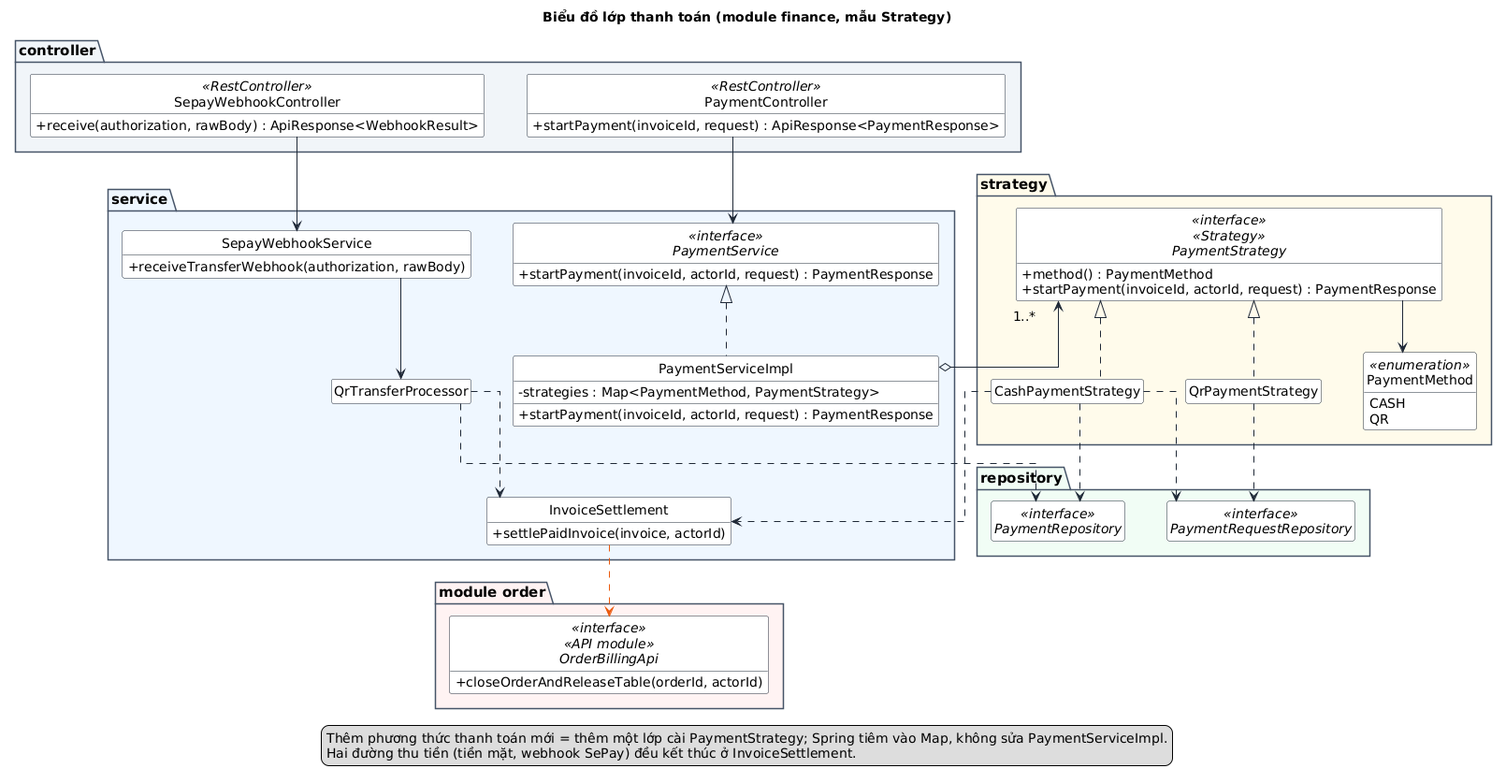
The PlantUML diagram docs/bao-cao-ltnc/uml/class-thanh-toan.png in Anpham120/restaurant-management-system, before a commit.
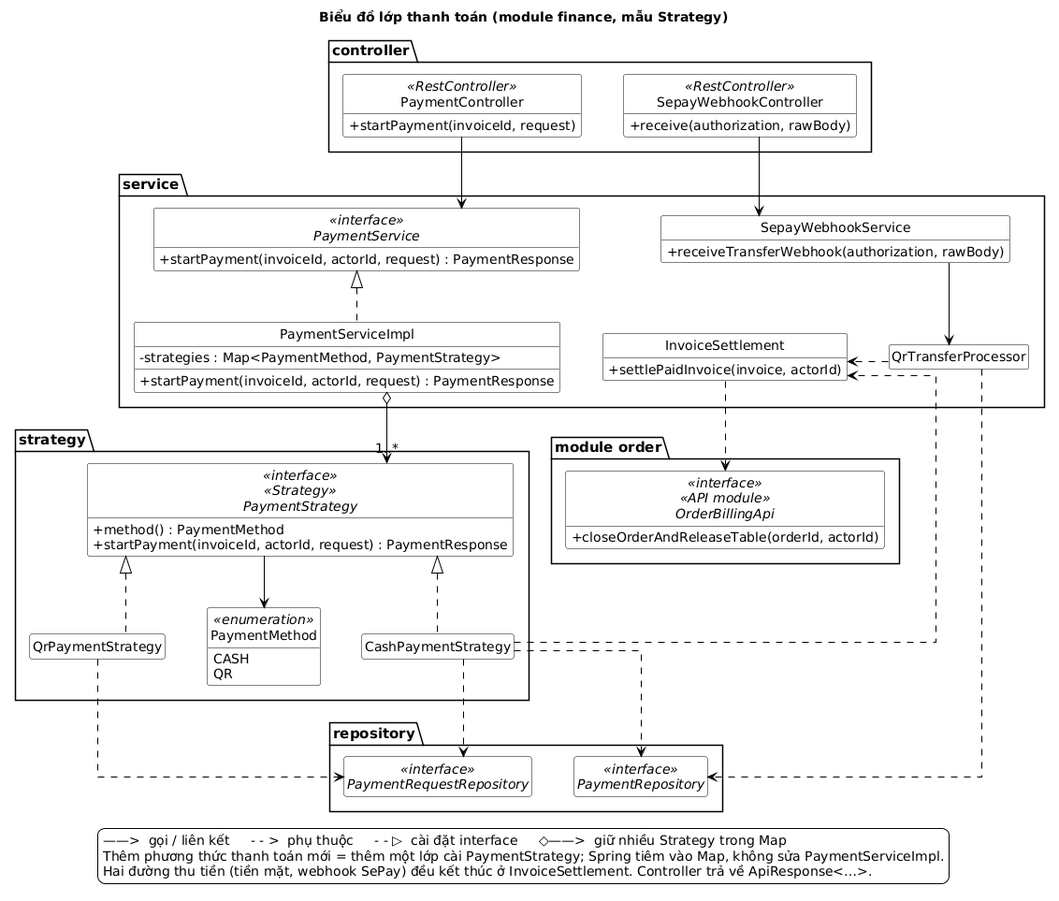
The same diagram one commit later.

Diff of the diagram source:
```diff
@@ -8,20 +8,29 @@
 skinparam ranksep 55
 skinparam defaultFontSize 14
 skinparam package {
-  BorderColor #475569
+  BorderColor #000000
+  BackgroundColor #FFFFFF
   FontStyle bold
   FontSize 15
 }
+skinparam legend {
+  BackgroundColor #FFFFFF
+  BorderColor #000000
+}
+skinparam ArrowColor #000000
+skinparam class {
+  BorderColor #000000
+}
 
-package "controller" #F1F5F9 {
+package "controller" {
   class PaymentController <<RestController>> {
-    + startPayment(invoiceId, request) : ApiResponse<PaymentResponse>
+    + startPayment(invoiceId, request)
   }
   class SepayWebhookController <<RestController>> {
-    + receive(authorization, rawBody) : ApiResponse<WebhookResult>
+    + receive(authorization, rawBody)
   }
 }
-package "service" #EFF6FF {
+package "service" {
   interface PaymentService <<interface>> {
     + startPayment(invoiceId, actorId, request) : PaymentResponse
   }
@@ -37,7 +46,7 @@
     + settlePaidInvoice(invoice, actorId)
   }
 }
-package "strategy" #FFFBEB {
+package "strategy" {
   interface PaymentStrategy <<interface>> <<Strategy>> {
     + method() : PaymentMethod
     + startPayment(invoiceId, actorId, request) : PaymentResponse
@@ -49,16 +58,21 @@
     QR
   }
 }
-package "repository" #F0FDF4 {
+package "repository" {
   interface PaymentRequestRepository <<interface>>
   interface PaymentRepository <<interface>>
 }
-package "module order" #FEF2F2 {
+package "module order" {
   interface OrderBillingApi <<interface>> <<API module>> {
     + closeOrderAndReleaseTable(orderId, actorId)
   }
 }
 
+PaymentServiceImpl -[hidden]right- InvoiceSettlement
+InvoiceSettlement -[hidden]right- QrTransferProcessor
+PaymentServiceImpl -[hidden]down- PaymentStrategy
+PaymentStrategy -[hidden]right- OrderBillingApi
+CashPaymentStrategy -[hidden]down- PaymentRequestRepository
 PaymentController --> PaymentService
 PaymentService <|.. PaymentServiceImpl
 PaymentServiceImpl o--> "1..*" PaymentStrategy
@@ -73,10 +87,11 @@
 CashPaymentStrategy ..> PaymentRepository
 QrPaymentStrategy ..> PaymentRequestRepository
 QrTransferProcessor ..> PaymentRepository
-InvoiceSettlement .[#EA580C].> OrderBillingApi
+InvoiceSettlement ..> OrderBillingApi
 
 legend bottom
+  ——>  gọi / liên kết     - - >  phụ thuộc     - - ▷  cài đặt interface     ◇——>  giữ nhiều Strategy trong Map
   Thêm phương thức thanh toán mới = thêm một lớp cài PaymentStrategy; Spring tiêm vào Map, không sửa PaymentServiceImpl.
-  Hai đường thu tiền (tiền mặt, webhook SePay) đều kết thúc ở InvoiceSettlement.
+  Hai đường thu tiền (tiền mặt, webhook SePay) đều kết thúc ở InvoiceSettlement. Controller trả về ApiResponse<…>.
 endlegend
 @enduml
```
